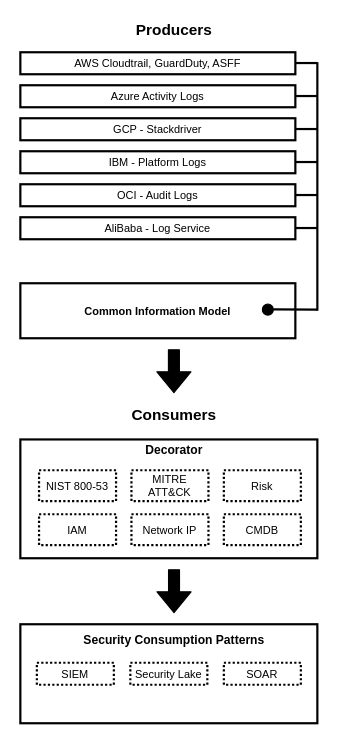
Earlier version of the draw.io diagram page "CSNF Flow Highlevel" (4 of 7) of arch/CSNF.drawio (pcampbe/csnf). Source tidied: cells renumbered, new cells numbered last; positions are measured from the earlier drawing's top-left corner, leaving out a move shared by most shapes. Both pictures are drawn from the tidied source at 110%, with x=0, y=0 at pixel (20, 19).
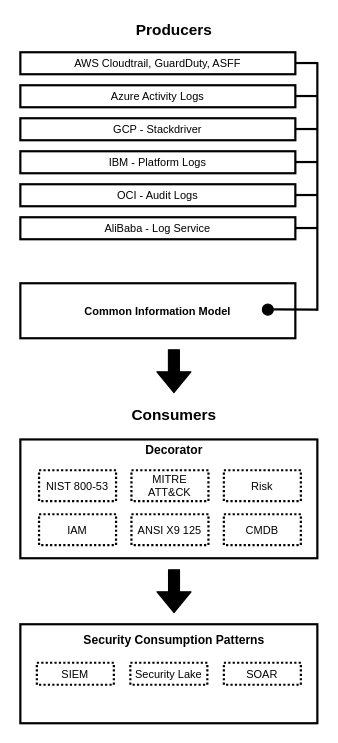
The same page after the edit.

Diff of the diagram source:
```diff
@@
-    <mxCell id="31" value="Network IP" style="whiteSpace=wrap;html=1;fontSize=10;strokeWidth=2;dashed=1;dashPattern=1 1;" parent="1" vertex="1">
+    <mxCell id="31" value="ANSI X9 125" style="whiteSpace=wrap;html=1;fontSize=10;strokeWidth=2;dashed=1;dashPattern=1 1;" parent="1" vertex="1">
       <mxGeometry x="101" y="450" width="70" height="28" as="geometry" />
     </mxCell>
```
